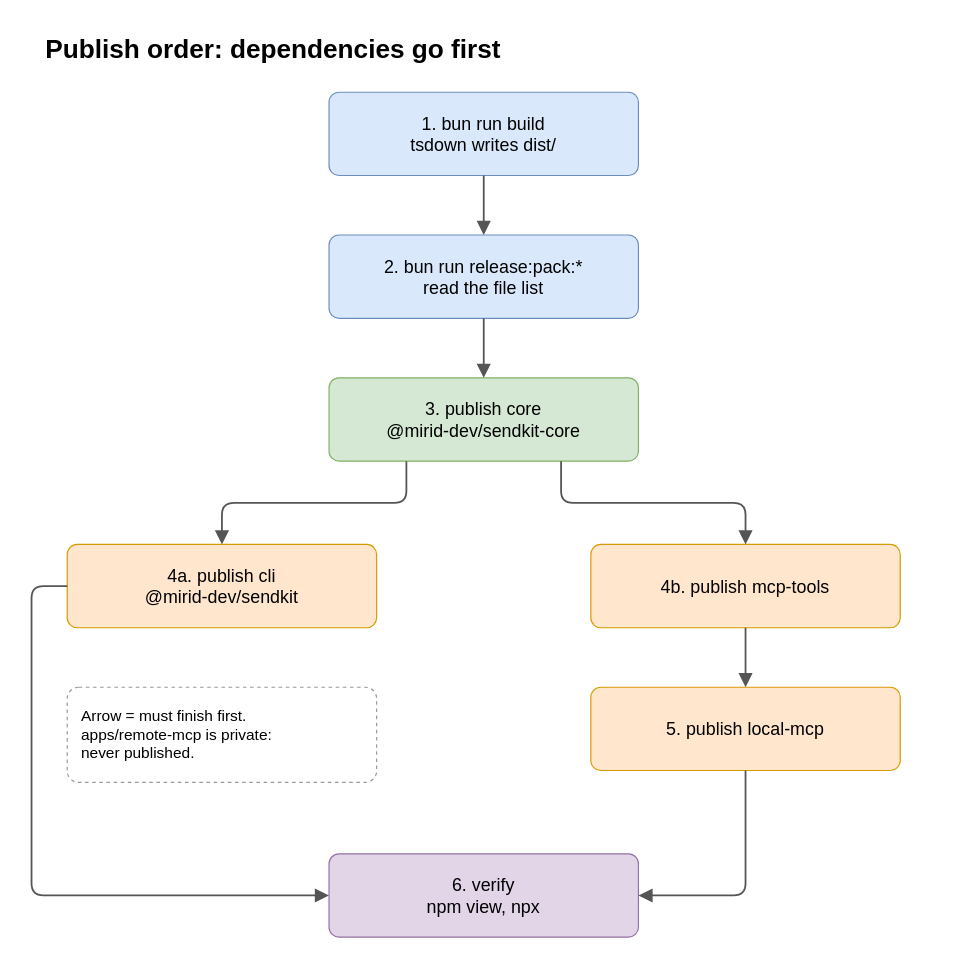
Before: notes/diagrams/09-publish-order.drawio in Ky-Ling/sendkit, a draw.io diagram. Source tidied: cells renumbered, new cells numbered last; positions are measured from the earlier drawing's top-left corner, leaving out a move shared by most shapes. Both pictures are drawn from the tidied source at 119%, with x=0, y=0 at pixel (31, 20).
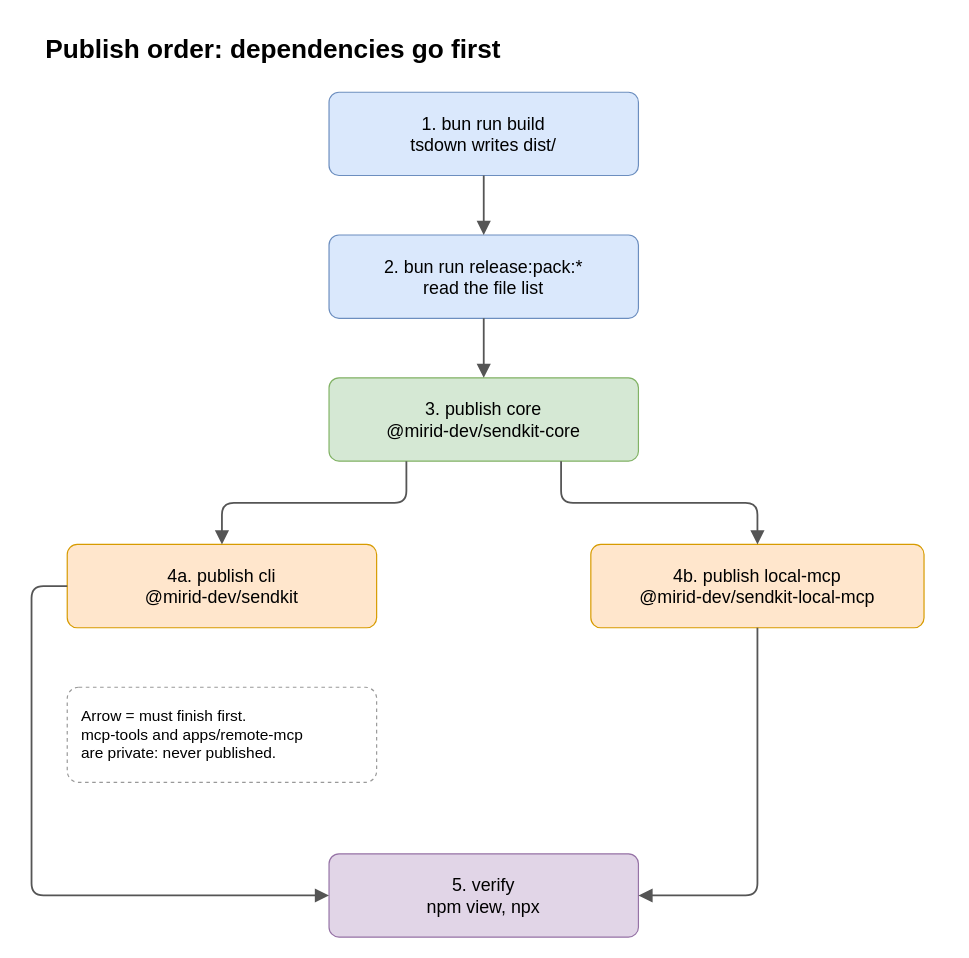
The same page after the edit.

Commit message (it also covers changes not shown here):
docs(notes): document the private mcp-tools, shared tsdown config, and core input rules

What changed in the source:
```diff
@@
 <mxGraphModel>
   <root>
     <mxCell id="0" />
     <mxCell id="1" parent="0" />
     <mxCell id="2" value="Publish order: dependencies go first" style="whiteSpace=wrap;html=1;text;align=left;verticalAlign=middle;fontSize=22;fontStyle=1;" parent="1" vertex="1">
       <mxGeometry x="10" width="760" height="50" as="geometry" />
     </mxCell>
     <mxCell id="3" value="1. bun run build&#10;tsdown writes dist/" style="rounded=1;arcSize=12;whiteSpace=wrap;html=1;fillColor=#dae8fc;strokeColor=#6c8ebf;fontSize=15;" parent="1" vertex="1">
       <mxGeometry x="250" y="60" width="260" height="70" as="geometry" />
     </mxCell>
     <mxCell id="4" value="2. bun run release:pack:*&#10;read the file list" style="rounded=1;arcSize=12;whiteSpace=wrap;html=1;fillColor=#dae8fc;strokeColor=#6c8ebf;fontSize=15;" parent="1" vertex="1">
       <mxGeometry x="250" y="180" width="260" height="70" as="geometry" />
     </mxCell>
     <mxCell id="5" value="3. publish core&#10;@mirid-dev/sendkit-core" style="rounded=1;arcSize=12;whiteSpace=wrap;html=1;fillColor=#d5e8d4;strokeColor=#82b366;fontSize=15;" parent="1" vertex="1">
       <mxGeometry x="250" y="300" width="260" height="70" as="geometry" />
     </mxCell>
     <mxCell id="6" value="4a. publish cli&#10;@mirid-dev/sendkit" style="rounded=1;arcSize=12;whiteSpace=wrap;html=1;fillColor=#ffe6cc;strokeColor=#d79b00;fontSize=15;" parent="1" vertex="1">
       <mxGeometry x="30" y="440" width="260" height="70" as="geometry" />
     </mxCell>
-    <mxCell id="7" value="4b. publish mcp-tools" style="rounded=1;arcSize=12;whiteSpace=wrap;html=1;fillColor=#ffe6cc;strokeColor=#d79b00;fontSize=15;" parent="1" vertex="1">
-      <mxGeometry x="470" y="440" width="260" height="70" as="geometry" />
+    <mxCell id="7" value="4b. publish local-mcp&#10;@mirid-dev/sendkit-local-mcp" style="rounded=1;arcSize=12;whiteSpace=wrap;html=1;fillColor=#ffe6cc;strokeColor=#d79b00;fontSize=15;" parent="1" vertex="1">
+      <mxGeometry x="470" y="440" width="280" height="70" as="geometry" />
     </mxCell>
-    <mxCell id="8" value="5. publish local-mcp" style="rounded=1;arcSize=12;whiteSpace=wrap;html=1;fillColor=#ffe6cc;strokeColor=#d79b00;fontSize=15;" parent="1" vertex="1">
-      <mxGeometry x="470" y="560" width="260" height="70" as="geometry" />
-    </mxCell>
-    <mxCell id="9" value="6. verify&#10;npm view, npx" style="rounded=1;arcSize=12;whiteSpace=wrap;html=1;fillColor=#e1d5e7;strokeColor=#9673a6;fontSize=15;" parent="1" vertex="1">
+    <mxCell id="9" value="5. verify&#10;npm view, npx" style="rounded=1;arcSize=12;whiteSpace=wrap;html=1;fillColor=#e1d5e7;strokeColor=#9673a6;fontSize=15;" parent="1" vertex="1">
       <mxGeometry x="250" y="700" width="260" height="70" as="geometry" />
     </mxCell>
-    <mxCell id="10" value="Arrow = must finish first.&#10;apps/remote-mcp is private:&#10;never published." style="rounded=1;arcSize=12;whiteSpace=wrap;html=1;fillColor=#ffffff;strokeColor=#999999;dashed=1;align=left;spacingLeft=10;spacingRight=10;fontSize=13;" parent="1" vertex="1">
+    <mxCell id="10" value="Arrow = must finish first.&#10;mcp-tools and apps/remote-mcp&#10;are private: never published." style="rounded=1;arcSize=12;whiteSpace=wrap;html=1;fillColor=#ffffff;strokeColor=#999999;dashed=1;align=left;spacingLeft=10;spacingRight=10;fontSize=13;" parent="1" vertex="1">
       <mxGeometry x="30" y="560" width="260" height="80" as="geometry" />
     </mxCell>
     <mxCell id="11" style="edgeStyle=orthogonalEdgeStyle;rounded=1;jettySize=auto;html=1;endArrow=block;endSize=8;strokeWidth=1.5;strokeColor=#555555;fontSize=13;labelBackgroundColor=#ffffff;exitX=0.5;exitY=1;exitDx=0;exitDy=0;entryX=0.5;entryY=0;entryDx=0;entryDy=0;" parent="1" edge="1" source="3" target="4">
       <mxGeometry relative="1" as="geometry" />
     </mxCell>
     <mxCell id="12" style="edgeStyle=orthogonalEdgeStyle;rounded=1;jettySize=auto;html=1;endArrow=block;endSize=8;strokeWidth=1.5;strokeColor=#555555;fontSize=13;labelBackgroundColor=#ffffff;exitX=0.5;exitY=1;exitDx=0;exitDy=0;entryX=0.5;entryY=0;entryDx=0;entryDy=0;" parent="1" edge="1" source="4" target="5">
       <mxGeometry relative="1" as="geometry" />
     </mxCell>
     <mxCell id="13" style="edgeStyle=orthogonalEdgeStyle;rounded=1;jettySize=auto;html=1;endArrow=block;endSize=8;strokeWidth=1.5;strokeColor=#555555;fontSize=13;labelBackgroundColor=#ffffff;exitX=0.25;exitY=1;exitDx=0;exitDy=0;entryX=0.5;entryY=0;entryDx=0;entryDy=0;" parent="1" edge="1" source="5" target="6">
       <mxGeometry relative="1" as="geometry" />
     </mxCell>
     <mxCell id="14" style="edgeStyle=orthogonalEdgeStyle;rounded=1;jettySize=auto;html=1;endArrow=block;endSize=8;strokeWidth=1.5;strokeColor=#555555;fontSize=13;labelBackgroundColor=#ffffff;exitX=0.75;exitY=1;exitDx=0;exitDy=0;entryX=0.5;entryY=0;entryDx=0;entryDy=0;" parent="1" edge="1" source="5" target="7">
       <mxGeometry relative="1" as="geometry" />
     </mxCell>
-    <mxCell id="15" style="edgeStyle=orthogonalEdgeStyle;rounded=1;jettySize=auto;html=1;endArrow=block;endSize=8;strokeWidth=1.5;strokeColor=#555555;fontSize=13;labelBackgroundColor=#ffffff;exitX=0.5;exitY=1;exitDx=0;exitDy=0;entryX=0.5;entryY=0;entryDx=0;entryDy=0;" parent="1" edge="1" source="7" target="8">
-      <mxGeometry relative="1" as="geometry" />
-    </mxCell>
     <mxCell id="16" style="edgeStyle=orthogonalEdgeStyle;rounded=1;jettySize=auto;html=1;endArrow=block;endSize=8;strokeWidth=1.5;strokeColor=#555555;fontSize=13;labelBackgroundColor=#ffffff;exitX=0;exitY=0.5;exitDx=0;exitDy=0;entryX=0;entryY=0.5;entryDx=0;entryDy=0;" parent="1" edge="1" source="6" target="9">
       <mxGeometry relative="1" as="geometry">
         <Array as="points">
           <mxPoint y="475" />
           <mxPoint y="735" />
         </Array>
       </mxGeometry>
     </mxCell>
-    <mxCell id="17" style="edgeStyle=orthogonalEdgeStyle;rounded=1;jettySize=auto;html=1;endArrow=block;endSize=8;strokeWidth=1.5;strokeColor=#555555;fontSize=13;labelBackgroundColor=#ffffff;exitX=0.5;exitY=1;exitDx=0;exitDy=0;entryX=1;entryY=0.5;entryDx=0;entryDy=0;" parent="1" edge="1" source="8" target="9">
+    <mxCell id="17" style="edgeStyle=orthogonalEdgeStyle;rounded=1;jettySize=auto;html=1;endArrow=block;endSize=8;strokeWidth=1.5;strokeColor=#555555;fontSize=13;labelBackgroundColor=#ffffff;exitX=0.5;exitY=1;exitDx=0;exitDy=0;entryX=1;entryY=0.5;entryDx=0;entryDy=0;" parent="1" edge="1" source="7" target="9">
       <mxGeometry relative="1" as="geometry" />
     </mxCell>
   </root>
 </mxGraphModel>
```
